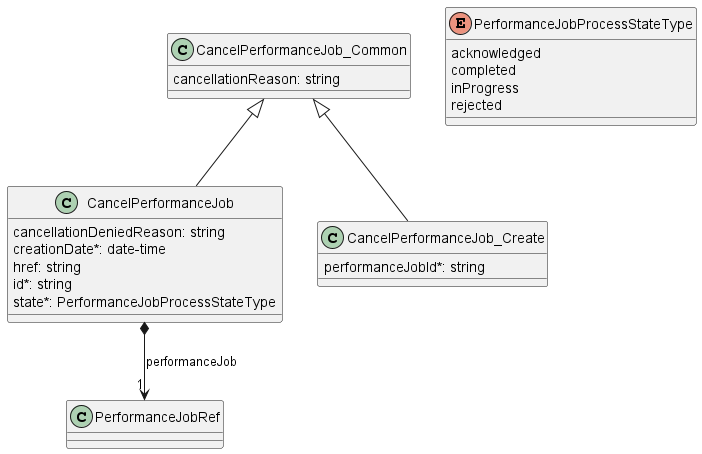
This is documentation/serviceApi/pm/performance/media/cancelPerformanceJobModel.png from MEF-GIT/MEF-LSO-Legato-SDK, a PlantUML export, as it was before one commit.
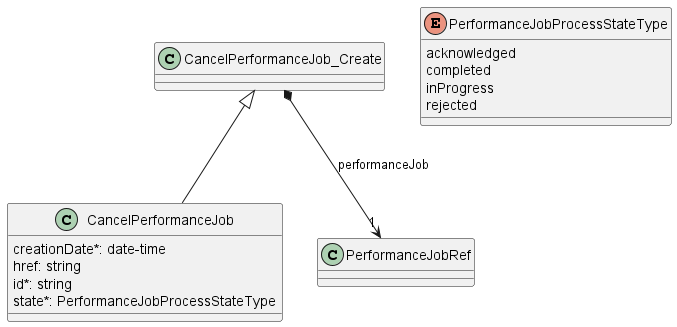
Above is the later version.

The edit, as a diff of the source:
```diff
@@ -2,28 +2,21 @@
 
 class CancelPerformanceJob {
 
-    cancellationDeniedReason: string
     creationDate*: date-time
     href: string
     id*: string
     state*: PerformanceJobProcessStateType
 }
-CancelPerformanceJob_Common <|-- CancelPerformanceJob
+CancelPerformanceJob_Create <|-- CancelPerformanceJob
 
 
 
-class CancelPerformanceJob_Common {
+class CancelPerformanceJob_Create {
 
-    cancellationReason: string
 }
 
-CancelPerformanceJob *-->"1" PerformanceJobRef : performanceJob
+CancelPerformanceJob_Create *-->"1" PerformanceJobRef : performanceJob
 
-
-class CancelPerformanceJob_Create {
-    performanceJobId*: string
-}
-CancelPerformanceJob_Common <|-- CancelPerformanceJob_Create
 
 enum PerformanceJobProcessStateType {
 
```
